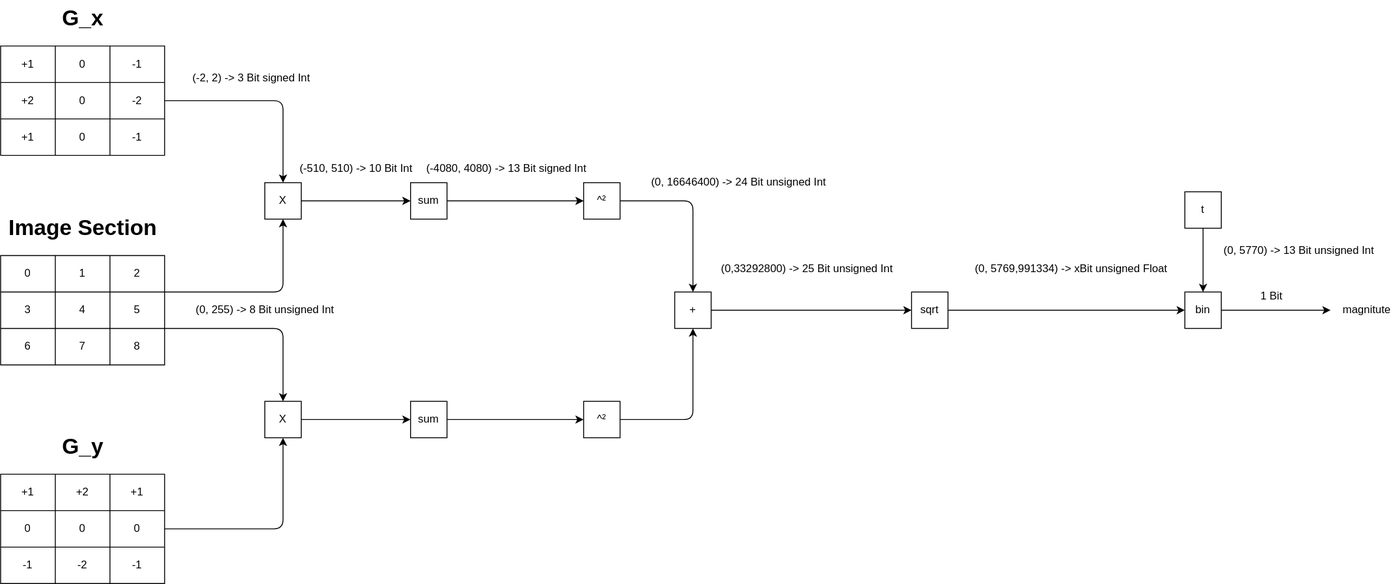
The draw.io diagram vivado/sobel.drawio.svg in davdav79/Hardware-accelerated-edge-dectection-on-ZedBoard, before a commit. Source tidied: cells renumbered, new cells last; positions are measured from the earlier drawing's top-left corner, leaving out a move shared by most shapes.
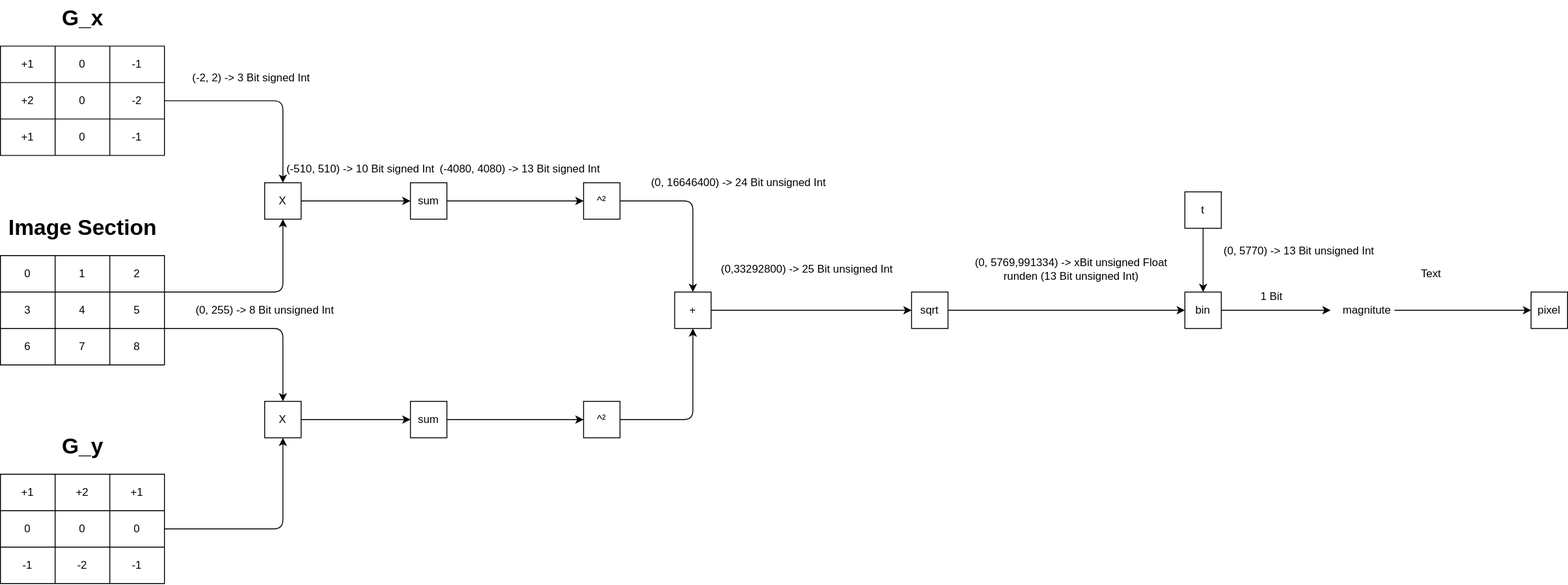
The same file after the commit.

Commit message:
small diagram adustment

What changed in the source:
```diff
@@ -229,14 +229,17 @@
         <mxPoint x="1460" y="340" as="targetPoint" />
       </mxGeometry>
     </mxCell>
+    <mxCell id="78" style="edgeStyle=none;html=1;" parent="1" edge="1" source="68" target="79">
+      <mxGeometry relative="1" as="geometry" />
+    </mxCell>
     <mxCell id="68" value="magnitute" style="text;html=1;strokeColor=none;fillColor=none;align=center;verticalAlign=middle;whiteSpace=wrap;rounded=0;" parent="1" vertex="1">
       <mxGeometry x="1470" y="325" width="60" height="30" as="geometry" />
     </mxCell>
-    <mxCell id="69" value="(-510, 510) -&amp;gt; 10 Bit Int" style="text;html=1;align=center;verticalAlign=middle;strokeColor=none;fillColor=none;" parent="1" vertex="1">
-      <mxGeometry x="315" y="170" width="150" height="30" as="geometry" />
+    <mxCell id="69" value="(-510, 510) -&amp;gt; 10 Bit signed Int" style="text;html=1;align=center;verticalAlign=middle;strokeColor=none;fillColor=none;" parent="1" vertex="1">
+      <mxGeometry x="300" y="170" width="190" height="30" as="geometry" />
     </mxCell>
     <mxCell id="70" value="(-4080, 4080) -&amp;gt; 13 Bit signed Int" style="text;html=1;align=center;verticalAlign=middle;strokeColor=none;fillColor=none;" parent="1" vertex="1">
-      <mxGeometry x="455" y="170" width="200" height="30" as="geometry" />
+      <mxGeometry x="470" y="170" width="200" height="30" as="geometry" />
     </mxCell>
     <mxCell id="71" value="(-2, 2) -&amp;gt; 3 Bit signed Int" style="text;html=1;align=center;verticalAlign=middle;strokeColor=none;fillColor=none;" parent="1" vertex="1">
       <mxGeometry x="200" y="70" width="150" height="30" as="geometry" />
@@ -253,11 +256,17 @@
     <mxCell id="75" value="1 Bit" style="text;html=1;align=center;verticalAlign=middle;strokeColor=none;fillColor=none;" parent="1" vertex="1">
       <mxGeometry x="1370" y="310" width="50" height="30" as="geometry" />
     </mxCell>
-    <mxCell id="76" value="(0, 5769,991334) -&amp;gt; xBit unsigned Float" style="text;html=1;align=center;verticalAlign=middle;strokeColor=none;fillColor=none;" parent="1" vertex="1">
-      <mxGeometry x="1060" y="280" width="230" height="30" as="geometry" />
+    <mxCell id="76" value="(0, 5769,991334) -&amp;gt; xBit unsigned Float&lt;br&gt;runden (13 Bit unsigned Int)" style="text;html=1;align=center;verticalAlign=middle;strokeColor=none;fillColor=none;" parent="1" vertex="1">
+      <mxGeometry x="1060" y="275" width="230" height="40" as="geometry" />
     </mxCell>
     <mxCell id="77" value="(0, 5770) -&amp;gt; 13 Bit unsigned Int" style="text;html=1;align=center;verticalAlign=middle;strokeColor=none;fillColor=none;" parent="1" vertex="1">
       <mxGeometry x="1330" y="260" width="190" height="30" as="geometry" />
     </mxCell>
+    <mxCell id="79" value="pixel" style="whiteSpace=wrap;html=1;" parent="1" vertex="1">
+      <mxGeometry x="1680" y="320" width="40" height="40" as="geometry" />
+    </mxCell>
+    <mxCell id="80" value="Text" style="text;html=1;align=center;verticalAlign=middle;strokeColor=none;fillColor=none;" parent="1" vertex="1">
+      <mxGeometry x="1545" y="285" width="50" height="30" as="geometry" />
+    </mxCell>
   </root>
 </mxGraphModel>
```
